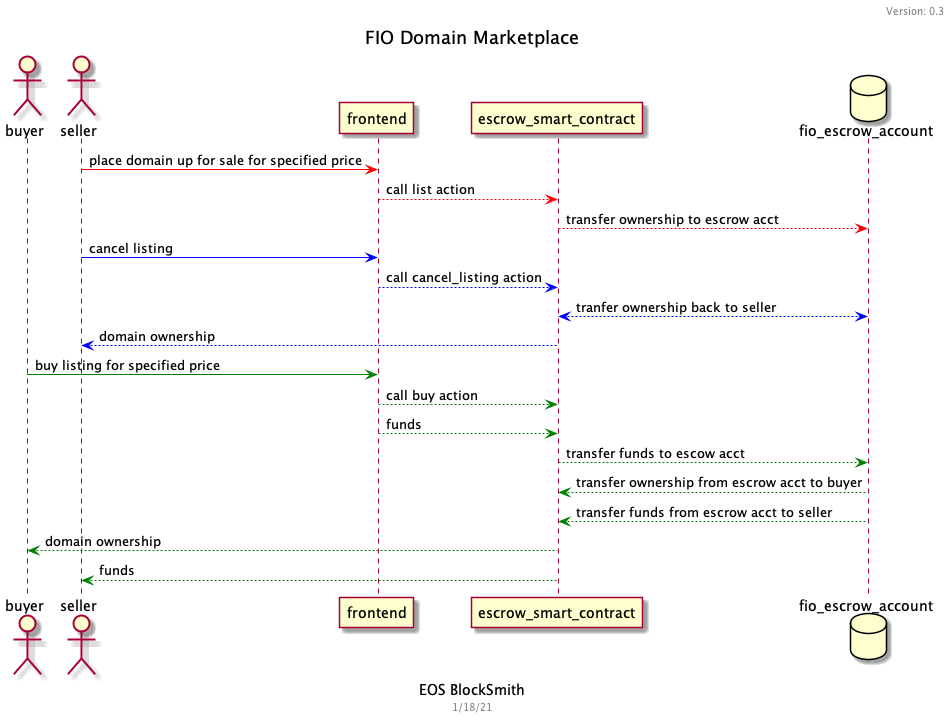
The PlantUML diagram FIO Domain Marketplace.png in iwill610/FDM_UMLsd, before a commit.
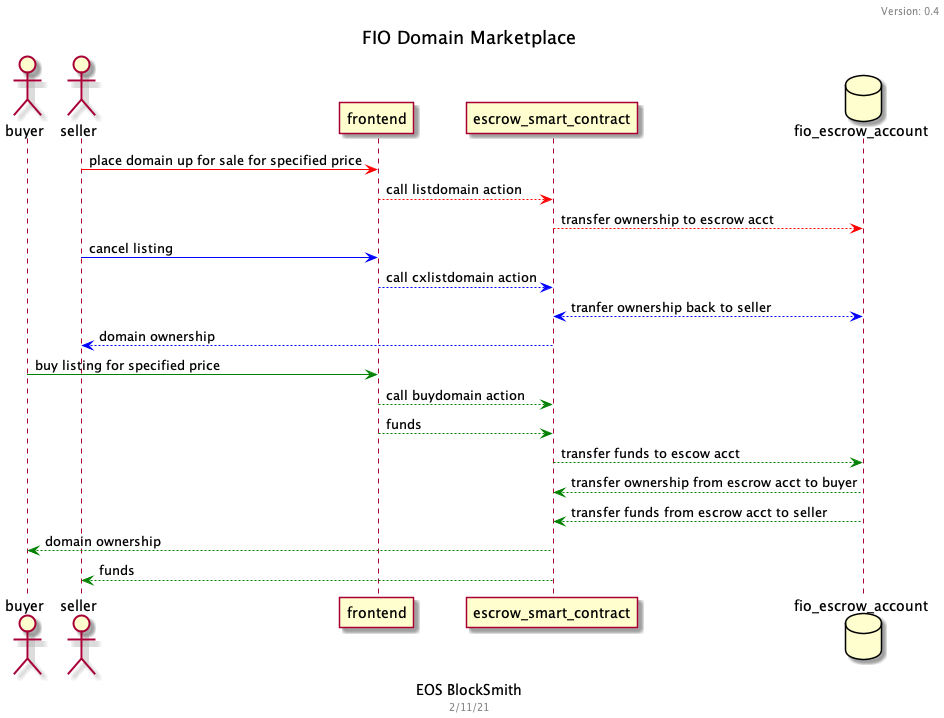
The same diagram one commit later.

Diff of the diagram source:
```diff
@@ -3,9 +3,9 @@
 
 
 Title FIO Domain Marketplace
-header Version: 0.3
+header Version: 0.4
 caption EOS BlockSmith
-footer 1/18/21
+footer 2/11/21
 
 actor buyer
 actor seller
@@ -15,12 +15,12 @@
 
 seller -[#Red]> frontend: place domain up for sale for specified price
 
-frontend -[#Red]-> sc: call list action
+frontend -[#Red]-> sc: call listdomain action
 sc -[#Red]-> acct: transfer ownership to escrow acct
 
 seller -[#Blue]> frontend: cancel listing
 
-frontend -[#Blue]-> sc: call cancel_listing action
+frontend -[#Blue]-> sc: call cxlistdomain action
 
 sc <-[#Blue]-> acct: tranfer ownership back to seller
 sc -[#Blue]-> seller: domain ownership
@@ -29,7 +29,7 @@
 
 buyer -[#Green]> frontend: buy listing for specified price
 
-frontend -[#Green]-> sc: call buy action
+frontend -[#Green]-> sc: call buydomain action
 frontend -[#Green]-> sc: funds
 
 sc -[#Green]-> acct: transfer funds to escow acct
```
